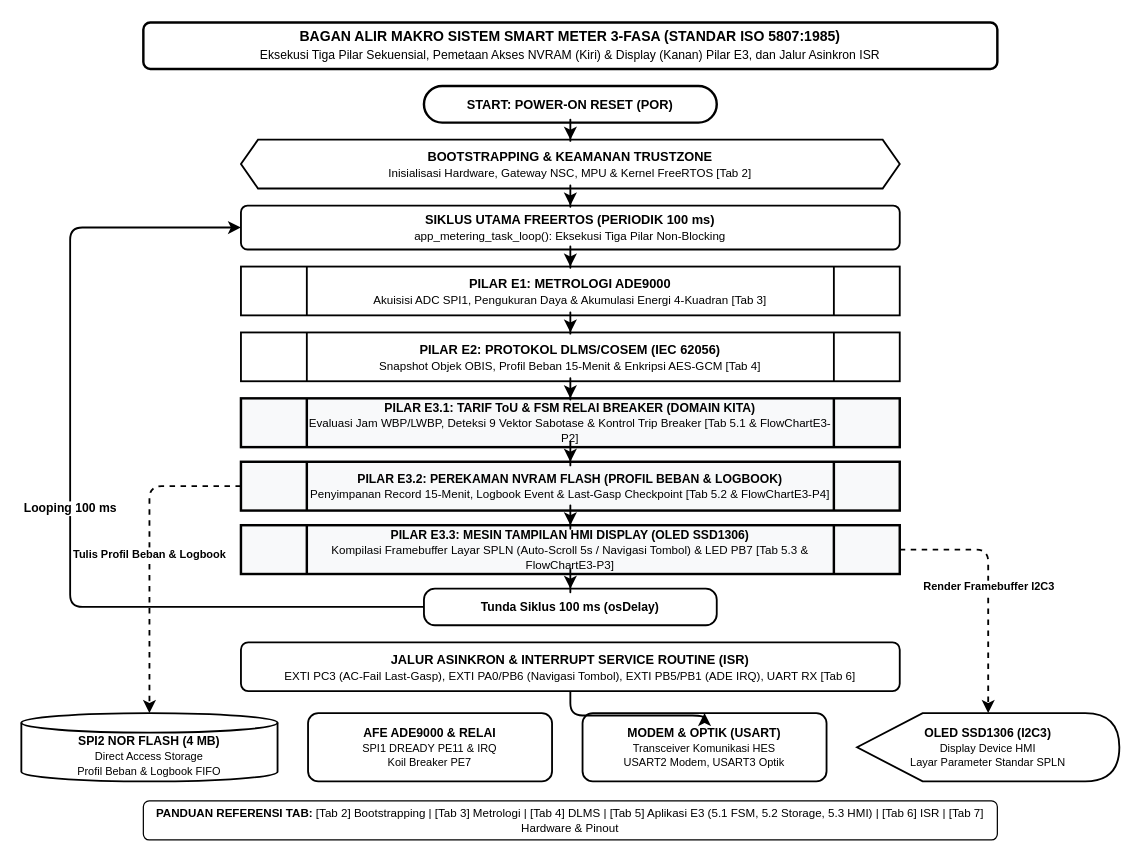
Before: page "1. Ikhtisar Sistem Makro" (1 of 7) of docs/system_flowchart.drawio in Kevla27/ALLIN, a draw.io diagram. Source tidied: cells renumbered, new cells numbered last; positions are measured from the earlier drawing's top-left corner, leaving out a move shared by most shapes. Both pictures are drawn from the tidied source at 122%, with x=0, y=0 at pixel (21, 22).
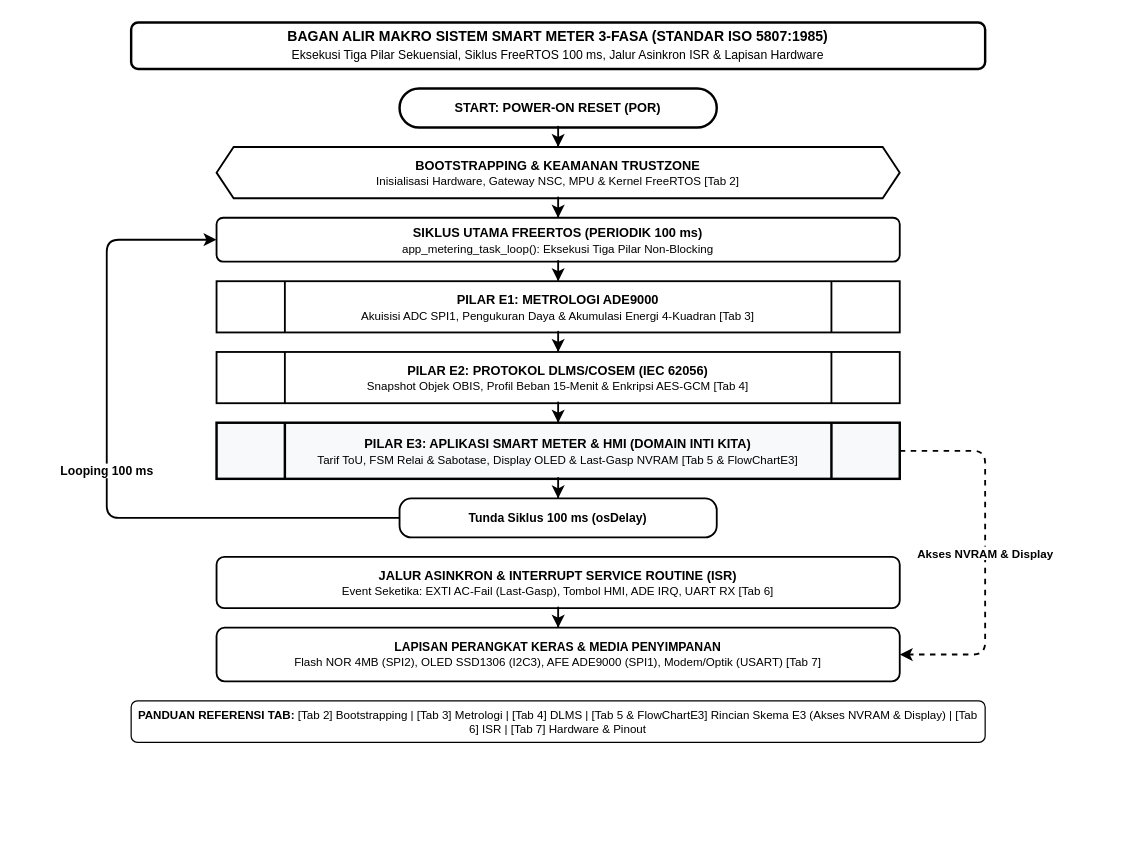
After the change.

Commit message (it also covers changes not shown here):
docs(flowchart): adopsi Opsi A standar ISO 5807, pemisahan level abstraksi makro vs skema umum E3

The edit, as a diff of the source:
```diff
@@
-    <mxCell id="2" value="&lt;b&gt;BAGAN ALIR MAKRO SISTEM SMART METER 3-FASA (STANDAR ISO 5807:1985)&lt;/b&gt;&lt;br/&gt;&lt;font style=&quot;font-size:10px;&quot;&gt;Eksekusi Tiga Pilar Sekuensial, Pemetaan Akses NVRAM (Kiri) &amp;amp; Display (Kanan) Pilar E3, dan Jalur Asinkron ISR&lt;/font&gt;" style="rounded=1;whiteSpace=wrap;html=1;fillColor=#ffffff;strokeColor=#000000;strokeWidth=2;fontColor=#000000;fontSize=11.5;align=center;" parent="1" vertex="1">
-      <mxGeometry x="100" width="700" height="38" as="geometry" />
+    <mxCell id="2" value="&lt;b&gt;BAGAN ALIR MAKRO SISTEM SMART METER 3-FASA (STANDAR ISO 5807:1985)&lt;/b&gt;&lt;br/&gt;&lt;font style=&quot;font-size:10px;&quot;&gt;Eksekusi Tiga Pilar Sekuensial, Siklus FreeRTOS 100 ms, Jalur Asinkron ISR &amp;amp; Lapisan Hardware&lt;/font&gt;" style="rounded=1;whiteSpace=wrap;html=1;fillColor=#ffffff;strokeColor=#000000;strokeWidth=2;fontColor=#000000;fontSize=11.5;align=center;" parent="1" vertex="1">
+      <mxGeometry x="90" width="700" height="38" as="geometry" />
     </mxCell>
     <mxCell id="3" value="&lt;b&gt;START: POWER-ON RESET (POR)&lt;/b&gt;" style="rounded=1;arcSize=50;whiteSpace=wrap;html=1;fillColor=#ffffff;strokeColor=#000000;strokeWidth=2;fontColor=#000000;fontStyle=1;fontSize=10.5;align=center;" parent="1" vertex="1">
-      <mxGeometry x="330" y="52" width="240" height="30" as="geometry" />
+      <mxGeometry x="310" y="54" width="260" height="32" as="geometry" />
     </mxCell>
     <mxCell id="4" value="&lt;b&gt;BOOTSTRAPPING &amp;amp; KEAMANAN TRUSTZONE&lt;/b&gt;&lt;br/&gt;&lt;font style=&quot;font-size:9.5px;&quot;&gt;Inisialisasi Hardware, Gateway NSC, MPU &amp;amp; Kernel FreeRTOS [Tab 2]&lt;/font&gt;" style="shape=hexagon;perimeter=hexagonPerimeter2;fixedSize=1;size=14;whiteSpace=wrap;html=1;fillColor=#ffffff;strokeColor=#000000;strokeWidth=1.5;fontColor=#000000;fontSize=10.5;align=center;" parent="1" vertex="1">
-      <mxGeometry x="180" y="96" width="540" height="40" as="geometry" />
+      <mxGeometry x="160" y="102" width="560" height="42" as="geometry" />
     </mxCell>
     <mxCell id="5" value="&lt;b&gt;SIKLUS UTAMA FREERTOS (PERIODIK 100 ms)&lt;/b&gt;&lt;br/&gt;&lt;font style=&quot;font-size:9.5px;&quot;&gt;app_metering_task_loop(): Eksekusi Tiga Pilar Non-Blocking&lt;/font&gt;" style="rounded=1;arcSize=15;whiteSpace=wrap;html=1;fillColor=#ffffff;strokeColor=#000000;strokeWidth=1.5;fontColor=#000000;fontSize=10.5;align=center;" parent="1" vertex="1">
-      <mxGeometry x="180" y="150" width="540" height="36" as="geometry" />
+      <mxGeometry x="160" y="160" width="560" height="36" as="geometry" />
     </mxCell>
     <mxCell id="6" value="&lt;b&gt;PILAR E1: METROLOGI ADE9000&lt;/b&gt;&lt;br/&gt;&lt;font style=&quot;font-size:9.5px;&quot;&gt;Akuisisi ADC SPI1, Pengukuran Daya &amp;amp; Akumulasi Energi 4-Kuadran [Tab 3]&lt;/font&gt;" style="shape=process;backgroundOutline=1;rounded=0;whiteSpace=wrap;html=1;fillColor=#ffffff;strokeColor=#000000;strokeWidth=1.5;fontColor=#000000;fontSize=10.5;align=center;" parent="1" vertex="1">
-      <mxGeometry x="180" y="200" width="540" height="40" as="geometry" />
+      <mxGeometry x="160" y="212" width="560" height="42" as="geometry" />
     </mxCell>
     <mxCell id="7" value="&lt;b&gt;PILAR E2: PROTOKOL DLMS/COSEM (IEC 62056)&lt;/b&gt;&lt;br/&gt;&lt;font style=&quot;font-size:9.5px;&quot;&gt;Snapshot Objek OBIS, Profil Beban 15-Menit &amp;amp; Enkripsi AES-GCM [Tab 4]&lt;/font&gt;" style="shape=process;backgroundOutline=1;rounded=0;whiteSpace=wrap;html=1;fillColor=#ffffff;strokeColor=#000000;strokeWidth=1.5;fontColor=#000000;fontSize=10.5;align=center;" parent="1" vertex="1">
-      <mxGeometry x="180" y="254" width="540" height="40" as="geometry" />
+      <mxGeometry x="160" y="270" width="560" height="42" as="geometry" />
     </mxCell>
-    <mxCell id="8" value="&lt;b&gt;PILAR E3.1: TARIF ToU &amp;amp; FSM RELAI BREAKER (DOMAIN KITA)&lt;/b&gt;&lt;br/&gt;&lt;font style=&quot;font-size:9.5px;&quot;&gt;Evaluasi Jam WBP/LWBP, Deteksi 9 Vektor Sabotase &amp;amp; Kontrol Trip Breaker [Tab 5.1 &amp;amp; FlowChartE3-P2]&lt;/font&gt;" style="shape=process;backgroundOutline=1;rounded=0;whiteSpace=wrap;html=1;fillColor=#f8f9fa;strokeColor=#000000;strokeWidth=2;fontColor=#000000;fontSize=10;align=center;" parent="1" vertex="1">
-      <mxGeometry x="180" y="308" width="540" height="40" as="geometry" />
-    </mxCell>
-    <mxCell id="9" value="&lt;b&gt;PILAR E3.2: PEREKAMAN NVRAM FLASH (PROFIL BEBAN &amp;amp; LOGBOOK)&lt;/b&gt;&lt;br/&gt;&lt;font style=&quot;font-size:9.5px;&quot;&gt;Penyimpanan Record 15-Menit, Logbook Event &amp;amp; Last-Gasp Checkpoint [Tab 5.2 &amp;amp; FlowChartE3-P4]&lt;/font&gt;" style="shape=process;backgroundOutline=1;rounded=0;whiteSpace=wrap;html=1;fillColor=#f8f9fa;strokeColor=#000000;strokeWidth=2;fontColor=#000000;fontSize=10;align=center;" parent="1" vertex="1">
-      <mxGeometry x="180" y="360" width="540" height="40" as="geometry" />
-    </mxCell>
-    <mxCell id="10" value="&lt;b&gt;PILAR E3.3: MESIN TAMPILAN HMI DISPLAY (OLED SSD1306)&lt;/b&gt;&lt;br/&gt;&lt;font style=&quot;font-size:9.5px;&quot;&gt;Kompilasi Framebuffer Layar SPLN (Auto-Scroll 5s / Navigasi Tombol) &amp;amp; LED PB7 [Tab 5.3 &amp;amp; FlowChartE3-P3]&lt;/font&gt;" style="shape=process;backgroundOutline=1;rounded=0;whiteSpace=wrap;html=1;fillColor=#f8f9fa;strokeColor=#000000;strokeWidth=2;fontColor=#000000;fontSize=10;align=center;" parent="1" vertex="1">
-      <mxGeometry x="180" y="412" width="540" height="40" as="geometry" />
-    </mxCell>
+    <mxCell id="30" value="&lt;b&gt;PILAR E3: APLIKASI SMART METER &amp;amp; HMI (DOMAIN INTI KITA)&lt;/b&gt;&lt;br/&gt;&lt;font style=&quot;font-size:9.5px;&quot;&gt;Tarif ToU, FSM Relai &amp;amp; Sabotase, Display OLED &amp;amp; Last-Gasp NVRAM [Tab 5 &amp;amp; FlowChartE3]&lt;/font&gt;" style="shape=process;backgroundOutline=1;rounded=0;whiteSpace=wrap;html=1;fillColor=#f8f9fa;strokeColor=#000000;strokeWidth=2;fontColor=#000000;fontSize=10.5;align=center;" parent="1" vertex="1">
+      <mxGeometry x="160" y="328" width="560" height="46" as="geometry" />
+    </mxCell>
     <mxCell id="11" value="&lt;b&gt;Tunda Siklus 100 ms (osDelay)&lt;/b&gt;" style="rounded=1;arcSize=30;whiteSpace=wrap;html=1;fillColor=#ffffff;strokeColor=#000000;strokeWidth=1.5;fontColor=#000000;fontSize=10;align=center;" parent="1" vertex="1">
-      <mxGeometry x="330" y="464" width="240" height="30" as="geometry" />
+      <mxGeometry x="310" y="390" width="260" height="32" as="geometry" />
     </mxCell>
-    <mxCell id="12" value="&lt;b&gt;JALUR ASINKRON &amp;amp; INTERRUPT SERVICE ROUTINE (ISR)&lt;/b&gt;&lt;br/&gt;&lt;font style=&quot;font-size:9.5px;&quot;&gt;EXTI PC3 (AC-Fail Last-Gasp), EXTI PA0/PB6 (Navigasi Tombol), EXTI PB5/PB1 (ADE IRQ), UART RX [Tab 6]&lt;/font&gt;" style="rounded=1;arcSize=15;whiteSpace=wrap;html=1;fillColor=#ffffff;strokeColor=#000000;strokeWidth=1.5;fontColor=#000000;fontSize=10.5;align=center;" parent="1" vertex="1">
-      <mxGeometry x="180" y="508" width="540" height="40" as="geometry" />
+    <mxCell id="12" value="&lt;b&gt;JALUR ASINKRON &amp;amp; INTERRUPT SERVICE ROUTINE (ISR)&lt;/b&gt;&lt;br/&gt;&lt;font style=&quot;font-size:9.5px;&quot;&gt;Event Seketika: EXTI AC-Fail (Last-Gasp), Tombol HMI, ADE IRQ, UART RX [Tab 6]&lt;/font&gt;" style="rounded=1;arcSize=15;whiteSpace=wrap;html=1;fillColor=#ffffff;strokeColor=#000000;strokeWidth=1.5;fontColor=#000000;fontSize=10.5;align=center;" parent="1" vertex="1">
+      <mxGeometry x="160" y="438" width="560" height="42" as="geometry" />
     </mxCell>
-    <mxCell id="13" value="&lt;b&gt;SPI2 NOR FLASH (4 MB)&lt;/b&gt;&lt;br/&gt;&lt;font style=&quot;font-size:9px;&quot;&gt;Direct Access Storage&lt;br/&gt;Profil Beban &amp;amp; Logbook FIFO&lt;/font&gt;" style="shape=cylinder3;whiteSpace=wrap;html=1;boundedLbl=1;backgroundOutline=1;size=8;fillColor=#ffffff;strokeColor=#000000;strokeWidth=1.5;fontColor=#000000;fontSize=10;align=center;" parent="1" vertex="1">
-      <mxGeometry y="566" width="210" height="56" as="geometry" />
-    </mxCell>
-    <mxCell id="14" value="&lt;b&gt;AFE ADE9000 &amp;amp; RELAI&lt;/b&gt;&lt;br/&gt;&lt;font style=&quot;font-size:9px;&quot;&gt;SPI1 DREADY PE11 &amp;amp; IRQ&lt;br/&gt;Koil Breaker PE7&lt;/font&gt;" style="rounded=1;whiteSpace=wrap;html=1;fillColor=#ffffff;strokeColor=#000000;strokeWidth=1.5;fontColor=#000000;fontSize=10;align=center;" parent="1" vertex="1">
-      <mxGeometry x="235" y="566" width="200" height="56" as="geometry" />
-    </mxCell>
-    <mxCell id="15" value="&lt;b&gt;MODEM &amp;amp; OPTIK (USART)&lt;/b&gt;&lt;br/&gt;&lt;font style=&quot;font-size:9px;&quot;&gt;Transceiver Komunikasi HES&lt;br/&gt;USART2 Modem, USART3 Optik&lt;/font&gt;" style="rounded=1;whiteSpace=wrap;html=1;fillColor=#ffffff;strokeColor=#000000;strokeWidth=1.5;fontColor=#000000;fontSize=10;align=center;" parent="1" vertex="1">
-      <mxGeometry x="460" y="566" width="200" height="56" as="geometry" />
-    </mxCell>
-    <mxCell id="16" value="&lt;b&gt;OLED SSD1306 (I2C3)&lt;/b&gt;&lt;br/&gt;&lt;font style=&quot;font-size:9px;&quot;&gt;Display Device HMI&lt;br/&gt;Layar Parameter Standar SPLN&lt;/font&gt;" style="shape=display;whiteSpace=wrap;html=1;fillColor=#ffffff;strokeColor=#000000;strokeWidth=1.5;fontColor=#000000;fontSize=10;align=center;" parent="1" vertex="1">
-      <mxGeometry x="685" y="566" width="215" height="56" as="geometry" />
-    </mxCell>
+    <mxCell id="31" value="&lt;b&gt;LAPISAN PERANGKAT KERAS &amp;amp; MEDIA PENYIMPANAN&lt;/b&gt;&lt;br/&gt;&lt;font style=&quot;font-size:9.5px;&quot;&gt;Flash NOR 4MB (SPI2), OLED SSD1306 (I2C3), AFE ADE9000 (SPI1), Modem/Optik (USART) [Tab 7]&lt;/font&gt;" style="rounded=1;arcSize=15;whiteSpace=wrap;html=1;fillColor=#ffffff;strokeColor=#000000;strokeWidth=1.5;fontColor=#000000;fontSize=10;align=center;" parent="1" vertex="1">
+      <mxGeometry x="160" y="496" width="560" height="44" as="geometry" />
+    </mxCell>
-    <mxCell id="17" value="&lt;b&gt;PANDUAN REFERENSI TAB:&lt;/b&gt; [Tab 2] Bootstrapping | [Tab 3] Metrologi | [Tab 4] DLMS | [Tab 5] Aplikasi E3 (5.1 FSM, 5.2 Storage, 5.3 HMI) | [Tab 6] ISR | [Tab 7] Hardware &amp;amp; Pinout" style="rounded=1;whiteSpace=wrap;html=1;fontSize=9.5;align=center;fillColor=#ffffff;strokeColor=#000000;strokeWidth=1;fontColor=#000000;" parent="1" vertex="1">
-      <mxGeometry x="100" y="638" width="700" height="32" as="geometry" />
+    <mxCell id="17" value="&lt;b&gt;PANDUAN REFERENSI TAB:&lt;/b&gt; [Tab 2] Bootstrapping | [Tab 3] Metrologi | [Tab 4] DLMS | [Tab 5 &amp;amp; FlowChartE3] Rincian Skema E3 (Akses NVRAM &amp;amp; Display) | [Tab 6] ISR | [Tab 7] Hardware &amp;amp; Pinout" style="rounded=1;whiteSpace=wrap;html=1;fontSize=9.5;align=center;fillColor=#ffffff;strokeColor=#000000;strokeWidth=1;fontColor=#000000;" parent="1" vertex="1">
+      <mxGeometry x="90" y="556" width="700" height="34" as="geometry" />
     </mxCell>
@@
-    <mxCell id="22" style="edgeStyle=orthogonalEdgeStyle;rounded=1;jettySize=auto;html=1;strokeColor=#000000;strokeWidth=1.5;endArrow=classic;endFill=1;" parent="1" edge="1" source="7" target="8">
+    <mxCell id="22" style="edgeStyle=orthogonalEdgeStyle;rounded=1;jettySize=auto;html=1;strokeColor=#000000;strokeWidth=1.5;endArrow=classic;endFill=1;" parent="1" edge="1" source="7" target="30">
       <mxGeometry relative="1" as="geometry" />
     </mxCell>
-    <mxCell id="23" style="edgeStyle=orthogonalEdgeStyle;rounded=1;jettySize=auto;html=1;strokeColor=#000000;strokeWidth=1.5;endArrow=classic;endFill=1;" parent="1" edge="1" source="8" target="9">
-      <mxGeometry relative="1" as="geometry" />
-    </mxCell>
-    <mxCell id="24" style="edgeStyle=orthogonalEdgeStyle;rounded=1;jettySize=auto;html=1;strokeColor=#000000;strokeWidth=1.5;endArrow=classic;endFill=1;" parent="1" edge="1" source="9" target="10">
-      <mxGeometry relative="1" as="geometry" />
-    </mxCell>
-    <mxCell id="25" style="edgeStyle=orthogonalEdgeStyle;rounded=1;jettySize=auto;html=1;strokeColor=#000000;strokeWidth=1.5;endArrow=classic;endFill=1;" parent="1" edge="1" source="10" target="11">
+    <mxCell id="25" style="edgeStyle=orthogonalEdgeStyle;rounded=1;jettySize=auto;html=1;strokeColor=#000000;strokeWidth=1.5;endArrow=classic;endFill=1;" parent="1" edge="1" source="30" target="11">
       <mxGeometry relative="1" as="geometry" />
     </mxCell>
     <mxCell id="26" value="Looping 100 ms" style="edgeStyle=orthogonalEdgeStyle;rounded=1;jettySize=auto;html=1;strokeColor=#000000;strokeWidth=1.5;endArrow=classic;endFill=1;labelBackgroundColor=#ffffff;fontColor=#000000;fontSize=10;fontStyle=1;exitX=0;exitY=0.5;exitDx=0;exitDy=0;entryX=0;entryY=0.5;entryDx=0;entryDy=0;" parent="1" edge="1" source="11" target="5">
       <mxGeometry relative="1" as="geometry">
         <Array as="points">
-          <mxPoint x="40" y="479" />
-          <mxPoint x="40" y="168" />
+          <mxPoint x="70" y="406" />
+          <mxPoint x="70" y="178" />
         </Array>
       </mxGeometry>
     </mxCell>
-    <mxCell id="27" value="Tulis Profil Beban &amp;amp; Logbook" style="edgeStyle=orthogonalEdgeStyle;rounded=1;jettySize=auto;html=1;strokeColor=#000000;strokeWidth=1.5;dashed=1;endArrow=classic;endFill=1;labelBackgroundColor=#ffffff;fontColor=#000000;fontSize=9;fontStyle=1;exitX=0;exitY=0.5;exitDx=0;exitDy=0;entryX=0.5;entryY=0;entryDx=0;entryDy=0;" parent="1" edge="1" source="9" target="13">
-      <mxGeometry relative="1" as="geometry">
-        <Array as="points">
-          <mxPoint x="105" y="380" />
-        </Array>
-      </mxGeometry>
-    </mxCell>
-    <mxCell id="28" value="Render Framebuffer I2C3" style="edgeStyle=orthogonalEdgeStyle;rounded=1;jettySize=auto;html=1;strokeColor=#000000;strokeWidth=1.5;dashed=1;endArrow=classic;endFill=1;labelBackgroundColor=#ffffff;fontColor=#000000;fontSize=9;fontStyle=1;exitX=1;exitY=0.5;exitDx=0;exitDy=0;entryX=0.5;entryY=0;entryDx=0;entryDy=0;" parent="1" edge="1" source="10" target="16">
-      <mxGeometry relative="1" as="geometry">
-        <Array as="points">
-          <mxPoint x="792" y="432" />
-        </Array>
-      </mxGeometry>
-    </mxCell>
+    <mxCell id="32" value="Akses NVRAM &amp;amp; Display" style="edgeStyle=orthogonalEdgeStyle;rounded=1;jettySize=auto;html=1;strokeColor=#000000;strokeWidth=1.5;dashed=1;endArrow=classic;endFill=1;labelBackgroundColor=#ffffff;fontColor=#000000;fontSize=9.5;fontStyle=1;exitX=1;exitY=0.5;exitDx=0;exitDy=0;entryX=1;entryY=0.5;entryDx=0;entryDy=0;" parent="1" edge="1" source="30" target="31">
+      <mxGeometry relative="1" as="geometry">
+        <Array as="points">
+          <mxPoint x="790" y="351" />
+          <mxPoint x="790" y="518" />
+        </Array>
+      </mxGeometry>
+    </mxCell>
-    <mxCell id="29" style="edgeStyle=orthogonalEdgeStyle;rounded=1;jettySize=auto;html=1;strokeColor=#000000;strokeWidth=1.5;endArrow=classic;endFill=1;" parent="1" edge="1" source="12" target="15">
+    <mxCell id="29" style="edgeStyle=orthogonalEdgeStyle;rounded=1;jettySize=auto;html=1;strokeColor=#000000;strokeWidth=1.5;endArrow=classic;endFill=1;" parent="1" edge="1" source="12" target="31">
       <mxGeometry relative="1" as="geometry" />
     </mxCell>
```
